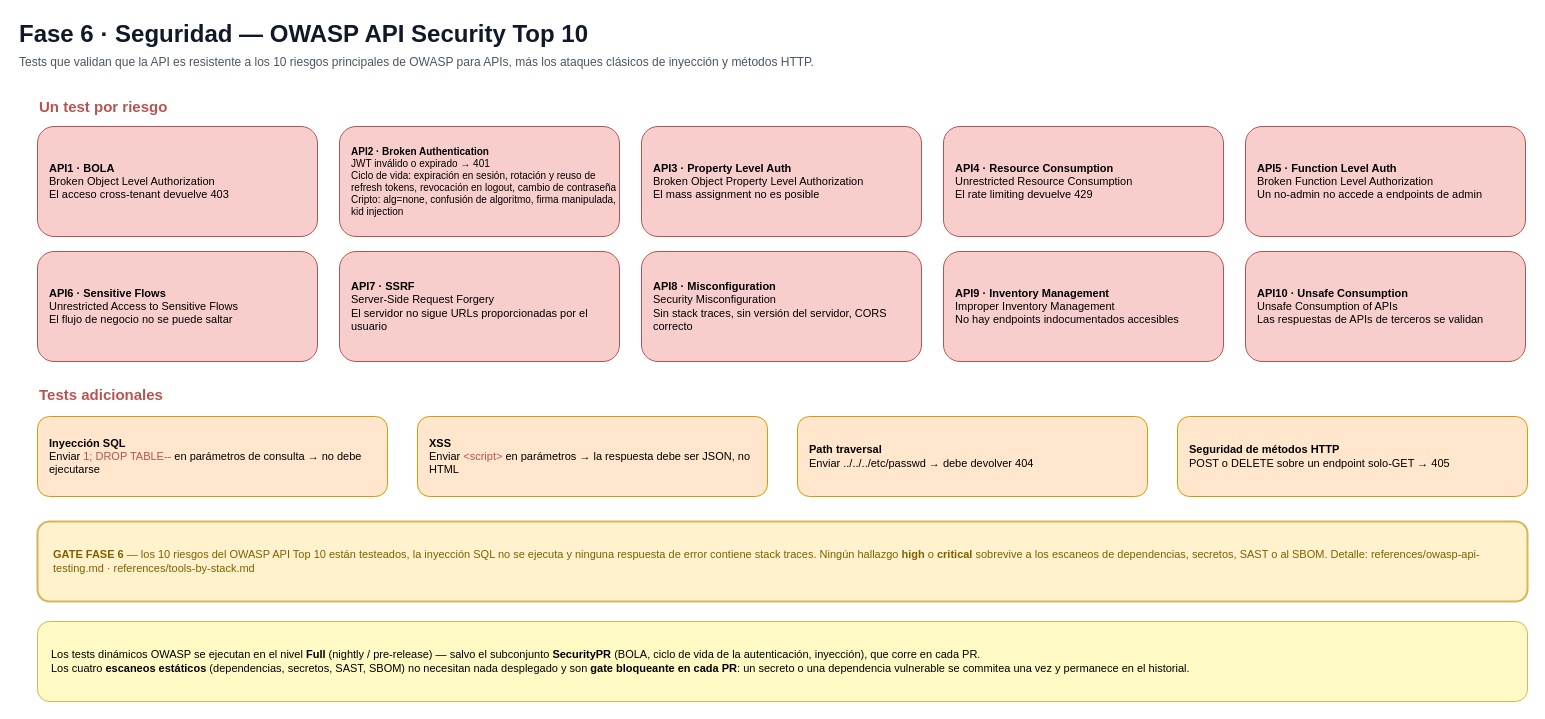
Earlier version of the draw.io diagram page "06 · Fase 6 — Seguridad (OWASP API Top 10)" (7 of 11) of diagrams/qa-pipeline-4all.drawio (4all-lat/quality-assurance-4all). Source tidied: cells renumbered, new cells numbered last; positions are measured from the earlier drawing's top-left corner, leaving out a move shared by most shapes. Both pictures are drawn from the tidied source at 100%, with x=0, y=0 at pixel (17, 17).
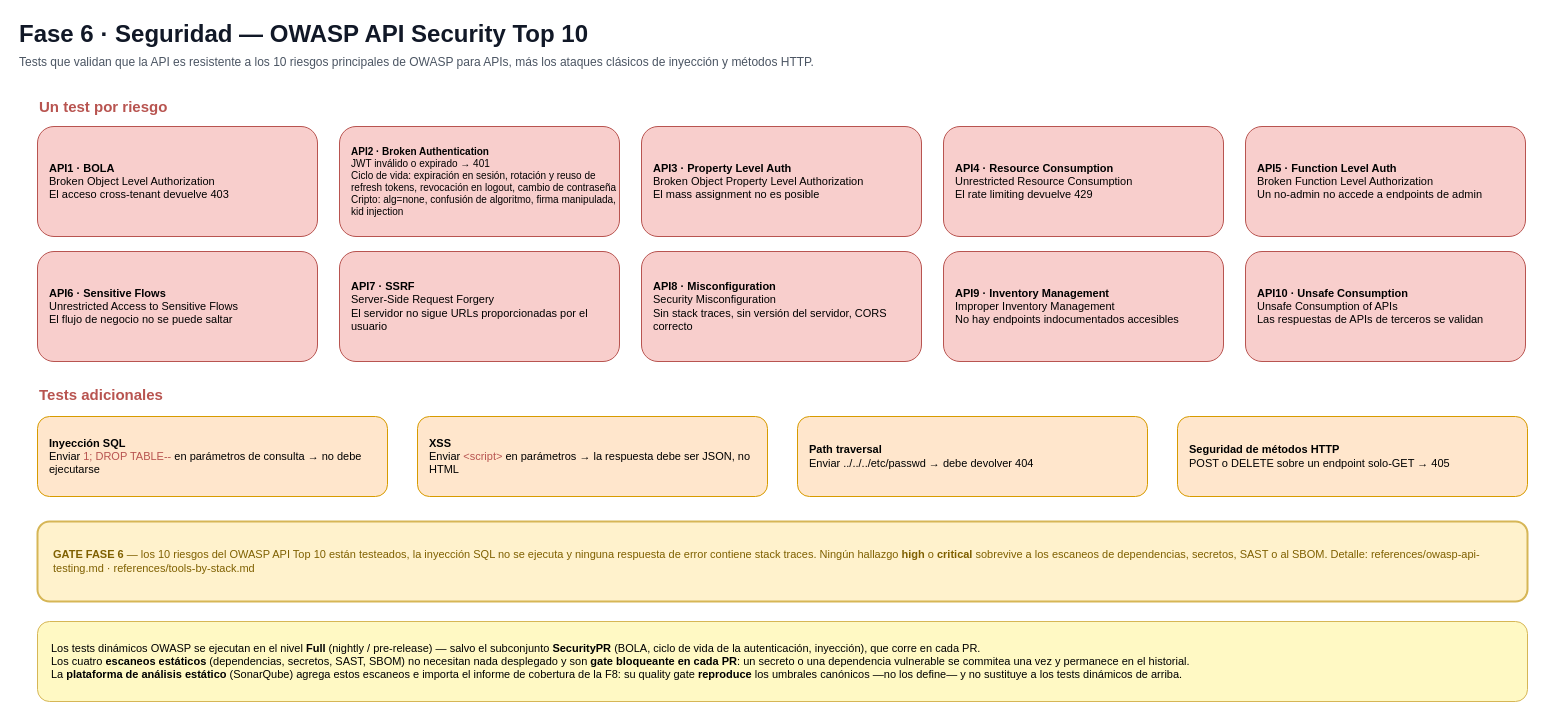
The same page after the edit.

Diff of the diagram source:
```diff
@@
-    <mxCell id="21" value="Los tests dinámicos OWASP se ejecutan en el nivel &lt;b&gt;Full&lt;/b&gt; (nightly / pre-release) — salvo el subconjunto &lt;b&gt;SecurityPR&lt;/b&gt; (BOLA, ciclo de vida de la autenticación, inyección), que corre en cada PR.&lt;br&gt;Los cuatro &lt;b&gt;escaneos estáticos&lt;/b&gt; (dependencias, secretos, SAST, SBOM) no necesitan nada desplegado y son &lt;b&gt;gate bloqueante en cada PR&lt;/b&gt;: un secreto o una dependencia vulnerable se commitea una vez y permanece en el historial." style="rounded=1;whiteSpace=wrap;html=1;fillColor=#fff9c4;strokeColor=#d6b656;align=left;spacingLeft=12;fontSize=11;" parent="1" vertex="1">
+    <mxCell id="21" value="Los tests dinámicos OWASP se ejecutan en el nivel &lt;b&gt;Full&lt;/b&gt; (nightly / pre-release) — salvo el subconjunto &lt;b&gt;SecurityPR&lt;/b&gt; (BOLA, ciclo de vida de la autenticación, inyección), que corre en cada PR.&lt;br&gt;Los cuatro &lt;b&gt;escaneos estáticos&lt;/b&gt; (dependencias, secretos, SAST, SBOM) no necesitan nada desplegado y son &lt;b&gt;gate bloqueante en cada PR&lt;/b&gt;: un secreto o una dependencia vulnerable se commitea una vez y permanece en el historial.&lt;br&gt;La &lt;b&gt;plataforma de análisis estático&lt;/b&gt; (SonarQube) agrega estos escaneos e importa el informe de cobertura de la F8: su quality gate &lt;b&gt;reproduce&lt;/b&gt; los umbrales canónicos —no los define— y no sustituye a los tests dinámicos de arriba." style="rounded=1;whiteSpace=wrap;html=1;fillColor=#fff9c4;strokeColor=#d6b656;align=left;spacingLeft=12;fontSize=11;" parent="1" vertex="1">
       <mxGeometry x="20" y="604" width="1490" height="80" as="geometry" />
     </mxCell>
```
